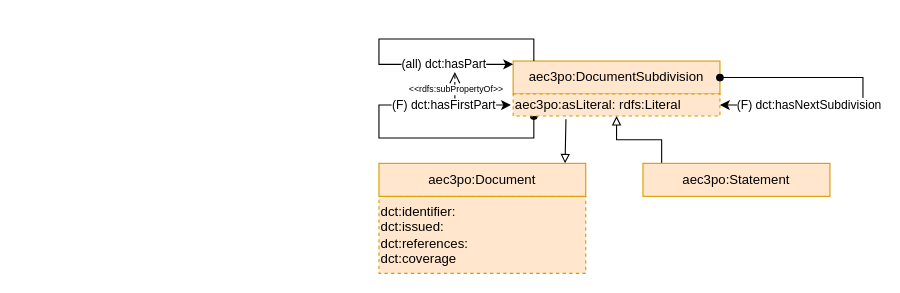
The draw.io diagram page "document" (4 of 19) of src/aec3po.drawio in Accord-Project/aec3po, before the edit. Source tidied: cells renumbered, new cells numbered last; positions are measured from the earlier drawing's top-left corner, leaving out a move shared by most shapes. Both pictures are drawn from the tidied source at 110%, with x=0, y=0 at pixel (378, 38).
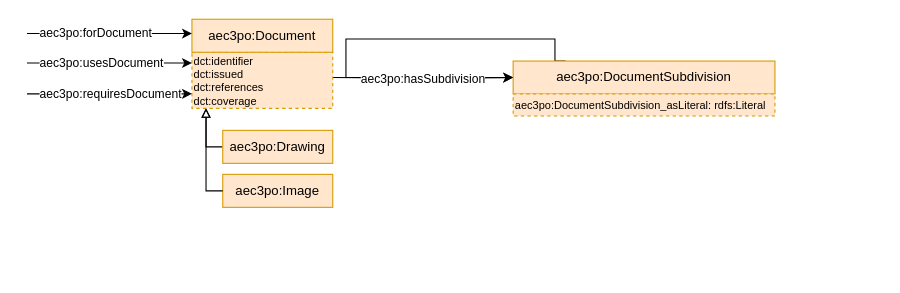
The same diagram, later.

Diff of the diagram source:
```diff
@@
+    <mxCell id="7" style="edgeStyle=orthogonalEdgeStyle;rounded=0;orthogonalLoop=1;jettySize=auto;html=1;exitX=0.2;exitY=0;exitDx=0;exitDy=0;entryX=0;entryY=0.5;entryDx=0;entryDy=0;fontFamily=Helvetica;" parent="1" edge="1" source="4" target="4">
+      <mxGeometry relative="1" as="geometry">
+        <Array as="points">
+          <mxPoint x="160" />
+          <mxPoint x="-30" />
+          <mxPoint x="-30" y="35" />
+        </Array>
+      </mxGeometry>
+    </mxCell>
-    <mxCell id="2" style="edgeStyle=orthogonalEdgeStyle;rounded=0;jettySize=auto;html=1;endArrow=block;endFill=0;exitX=0.1;exitY=0;exitDx=0;exitDy=0;" parent="1" edge="1" source="3" target="10">
-      <mxGeometry relative="1" as="geometry" />
+    <mxCell id="2" style="edgeStyle=orthogonalEdgeStyle;rounded=0;jettySize=auto;html=1;endArrow=block;endFill=0;exitX=0;exitY=0.5;exitDx=0;exitDy=0;entryX=0.1;entryY=1;entryDx=0;entryDy=0;fontFamily=Helvetica;" parent="1" edge="1" source="3" target="5">
+      <mxGeometry relative="1" as="geometry">
+        <Array as="points">
+          <mxPoint x="-157" y="98" />
+          <mxPoint x="-157" y="63" />
+        </Array>
+      </mxGeometry>
     </mxCell>
-    <mxCell id="3" value="aec3po:Statement" style="rounded=0;whiteSpace=wrap;html=1;snapToPoint=1;points=[[0.1,0],[0.2,0],[0.3,0],[0.4,0],[0.5,0],[0.6,0],[0.7,0],[0.8,0],[0.9,0],[0,0.1],[0,0.3],[0,0.5],[0,0.7],[0,0.9],[0.1,1],[0.2,1],[0.3,1],[0.4,1],[0.5,1],[0.6,1],[0.7,1],[0.8,1],[0.9,1],[1,0.1],[1,0.3],[1,0.5],[1,0.7],[1,0.9]];fillColor=#ffe6cc;strokeColor=#d79b00;" parent="1" vertex="1">
-      <mxGeometry x="240" y="113" width="170" height="30" as="geometry" />
+    <mxCell id="3" value="aec3po:Drawing" style="rounded=0;whiteSpace=wrap;html=1;snapToPoint=1;points=[[0.1,0],[0.2,0],[0.3,0],[0.4,0],[0.5,0],[0.6,0],[0.7,0],[0.8,0],[0.9,0],[0,0.1],[0,0.3],[0,0.5],[0,0.7],[0,0.9],[0.1,1],[0.2,1],[0.3,1],[0.4,1],[0.5,1],[0.6,1],[0.7,1],[0.8,1],[0.9,1],[1,0.1],[1,0.3],[1,0.5],[1,0.7],[1,0.9]];fillColor=#ffe6cc;strokeColor=#d79b00;fontFamily=Helvetica;" parent="1" vertex="1">
+      <mxGeometry x="-142" y="83" width="100" height="30" as="geometry" />
     </mxCell>
-    <mxCell id="4" value="aec3po:DocumentSubdivision" style="rounded=0;whiteSpace=wrap;html=1;snapToPoint=1;points=[[0.1,0],[0.2,0],[0.3,0],[0.4,0],[0.5,0],[0.6,0],[0.7,0],[0.8,0],[0.9,0],[0,0.1],[0,0.3],[0,0.5],[0,0.7],[0,0.9],[0.1,1],[0.2,1],[0.3,1],[0.4,1],[0.5,1],[0.6,1],[0.7,1],[0.8,1],[0.9,1],[1,0.1],[1,0.3],[1,0.5],[1,0.7],[1,0.9]];fillColor=#ffe6cc;strokeColor=#d79b00;" parent="1" vertex="1">
-      <mxGeometry x="122" y="20" width="188" height="30" as="geometry" />
+    <mxCell id="4" value="aec3po:DocumentSubdivision" style="rounded=0;whiteSpace=wrap;html=1;snapToPoint=1;points=[[0.1,0],[0.2,0],[0.3,0],[0.4,0],[0.5,0],[0.6,0],[0.7,0],[0.8,0],[0.9,0],[0,0.1],[0,0.3],[0,0.5],[0,0.7],[0,0.9],[0.1,1],[0.2,1],[0.3,1],[0.4,1],[0.5,1],[0.6,1],[0.7,1],[0.8,1],[0.9,1],[1,0.1],[1,0.3],[1,0.5],[1,0.7],[1,0.9]];fillColor=#ffe6cc;strokeColor=#d79b00;fontFamily=Helvetica;" parent="1" vertex="1">
+      <mxGeometry x="122" y="20" width="238" height="30" as="geometry" />
     </mxCell>
+    <mxCell id="15" value="aec3po:hasSubdivision" style="edgeStyle=orthogonalEdgeStyle;rounded=0;jettySize=auto;html=1;entryX=0;entryY=0.5;entryDx=0;entryDy=0;fontFamily=Helvetica;" parent="1" edge="1" target="4">
+      <mxGeometry relative="1" as="geometry">
+        <mxPoint x="-43" y="35" as="sourcePoint" />
+      </mxGeometry>
+    </mxCell>
-    <mxCell id="5" value="dct:identifier: &lt;br&gt;dct:issued: &lt;br&gt;dct:references: &lt;br&gt;dct:coverage" style="rounded=0;whiteSpace=wrap;html=1;snapToPoint=1;points=[[0.1,0],[0.2,0],[0.3,0],[0.4,0],[0.5,0],[0.6,0],[0.7,0],[0.8,0],[0.9,0],[0,0.1],[0,0.3],[0,0.5],[0,0.7],[0,0.9],[0.1,1],[0.2,1],[0.3,1],[0.4,1],[0.5,1],[0.6,1],[0.7,1],[0.8,1],[0.9,1],[1,0.1],[1,0.3],[1,0.5],[1,0.7],[1,0.9]];dashed=1;shadow=0;strokeColor=#d79b00;fillColor=#ffe6cc;align=left;" parent="1" vertex="1">
-      <mxGeometry y="143" width="188" height="70" as="geometry" />
+    <mxCell id="5" value="dct:identifier&lt;br style=&quot;font-size: 10px;&quot;&gt;dct:issued&lt;br style=&quot;font-size: 10px;&quot;&gt;dct:references&lt;br style=&quot;font-size: 10px;&quot;&gt;dct:coverage" style="rounded=0;whiteSpace=wrap;html=1;snapToPoint=1;points=[[0.1,0],[0.2,0],[0.3,0],[0.4,0],[0.5,0],[0.6,0],[0.7,0],[0.8,0],[0.9,0],[0,0.1],[0,0.3],[0,0.5],[0,0.7],[0,0.9],[0.1,1],[0.2,1],[0.3,1],[0.4,1],[0.5,1],[0.6,1],[0.7,1],[0.8,1],[0.9,1],[1,0.1],[1,0.3],[1,0.5],[1,0.7],[1,0.9]];dashed=1;shadow=0;strokeColor=#d79b00;fillColor=#ffe6cc;align=left;fontFamily=Helvetica;fontSize=10;" parent="1" vertex="1">
+      <mxGeometry x="-170" y="12" width="128" height="51" as="geometry" />
     </mxCell>
-    <mxCell id="6" value="aec3po:Document" style="rounded=0;whiteSpace=wrap;html=1;snapToPoint=1;points=[[0.1,0],[0.2,0],[0.3,0],[0.4,0],[0.5,0],[0.6,0],[0.7,0],[0.8,0],[0.9,0],[0,0.1],[0,0.3],[0,0.5],[0,0.7],[0,0.9],[0.1,1],[0.2,1],[0.3,1],[0.4,1],[0.5,1],[0.6,1],[0.7,1],[0.8,1],[0.9,1],[1,0.1],[1,0.3],[1,0.5],[1,0.7],[1,0.9]];shadow=0;strokeColor=#d79b00;fillColor=#ffe6cc;" parent="1" vertex="1">
-      <mxGeometry y="113" width="188" height="30" as="geometry" />
+    <mxCell id="6" value="aec3po:Document" style="rounded=0;whiteSpace=wrap;html=1;snapToPoint=1;points=[[0.1,0],[0.2,0],[0.3,0],[0.4,0],[0.5,0],[0.6,0],[0.7,0],[0.8,0],[0.9,0],[0,0.1],[0,0.3],[0,0.5],[0,0.7],[0,0.9],[0.1,1],[0.2,1],[0.3,1],[0.4,1],[0.5,1],[0.6,1],[0.7,1],[0.8,1],[0.9,1],[1,0.1],[1,0.3],[1,0.5],[1,0.7],[1,0.9]];shadow=0;strokeColor=#d79b00;fillColor=#ffe6cc;fontFamily=Helvetica;" parent="1" vertex="1">
+      <mxGeometry x="-170" y="-18" width="128" height="30" as="geometry" />
     </mxCell>
-    <mxCell id="7" value="(all) dct:hasPart" style="edgeStyle=orthogonalEdgeStyle;rounded=0;orthogonalLoop=1;jettySize=auto;html=1;startArrow=none;startFill=0;exitX=0.1;exitY=0;exitDx=0;exitDy=0;entryX=0;entryY=0.1;entryDx=0;entryDy=0;" parent="1" edge="1" source="4" target="4">
-      <mxGeometry x="0.59" relative="1" as="geometry">
-        <Array as="points">
-          <mxPoint x="141" />
-          <mxPoint />
-          <mxPoint y="23" />
-        </Array>
-      </mxGeometry>
-    </mxCell>
-    <mxCell id="8" value="(F) dct:hasNextSubdivision" style="edgeStyle=orthogonalEdgeStyle;rounded=0;jettySize=auto;html=1;startArrow=oval;startFill=1;exitX=1;exitY=0.5;exitDx=0;exitDy=0;entryX=1;entryY=0.5;entryDx=0;entryDy=0;" parent="1" edge="1" source="4" target="10">
-      <mxGeometry x="0.43" relative="1" as="geometry">
-        <Array as="points">
-          <mxPoint x="440" y="35" />
-          <mxPoint x="440" y="60" />
-        </Array>
-      </mxGeometry>
-    </mxCell>
-    <mxCell id="9" value="(F) dct:hasFirstPart" style="edgeStyle=orthogonalEdgeStyle;rounded=0;jettySize=auto;html=1;startArrow=oval;startFill=1;exitX=0.1;exitY=1;exitDx=0;exitDy=0;" parent="1" edge="1" source="10">
-      <mxGeometry x="0.61" relative="1" as="geometry">
-        <mxPoint x="120" y="60" as="targetPoint" />
-        <Array as="points">
-          <mxPoint x="141" y="90" />
-          <mxPoint y="90" />
-          <mxPoint y="60" />
-        </Array>
-      </mxGeometry>
-    </mxCell>
-    <mxCell id="10" value="aec3po:asLiteral: rdfs:Literal" style="rounded=0;whiteSpace=wrap;html=1;snapToPoint=1;points=[[0.1,0],[0.2,0],[0.3,0],[0.4,0],[0.5,0],[0.6,0],[0.7,0],[0.8,0],[0.9,0],[0,0.1],[0,0.3],[0,0.5],[0,0.7],[0,0.9],[0.1,1],[0.2,1],[0.3,1],[0.4,1],[0.5,1],[0.6,1],[0.7,1],[0.8,1],[0.9,1],[1,0.1],[1,0.3],[1,0.5],[1,0.7],[1,0.9]];dashed=1;shadow=0;strokeColor=#d79b00;fillColor=#ffe6cc;align=left;" parent="1" vertex="1">
-      <mxGeometry x="122" y="50" width="188" height="20" as="geometry" />
+    <mxCell id="10" value="aec3po:DocumentSubdivision_asLiteral&lt;span style=&quot;background-color: initial; font-size: 10px;&quot;&gt;: rdfs:Literal&lt;/span&gt;" style="rounded=0;whiteSpace=wrap;html=1;snapToPoint=1;points=[[0.1,0],[0.2,0],[0.3,0],[0.4,0],[0.5,0],[0.6,0],[0.7,0],[0.8,0],[0.9,0],[0,0.1],[0,0.3],[0,0.5],[0,0.7],[0,0.9],[0.1,1],[0.2,1],[0.3,1],[0.4,1],[0.5,1],[0.6,1],[0.7,1],[0.8,1],[0.9,1],[1,0.1],[1,0.3],[1,0.5],[1,0.7],[1,0.9]];dashed=1;shadow=0;strokeColor=#d79b00;fillColor=#ffe6cc;align=left;fontFamily=Helvetica;fontSize=10;" parent="1" vertex="1">
+      <mxGeometry x="122" y="50" width="238" height="20" as="geometry" />
     </mxCell>
-    <mxCell id="11" style="endArrow=open;html=1;fontColor=#000099;endFill=0;dashed=1;endSize=8;startArrow=none;startFill=0;startSize=8;arcSize=0;rounded=0;" parent="1" edge="1">
-      <mxGeometry relative="1" as="geometry">
-        <mxPoint x="69" y="54" as="sourcePoint" />
-        <mxPoint x="69" y="30" as="targetPoint" />
-      </mxGeometry>
-    </mxCell>
-    <mxCell id="12" value="&amp;lt;&amp;lt;rdfs:subPropertyOf&amp;gt;&amp;gt;" style="text;html=1;align=center;verticalAlign=middle;fontColor=#000000;labelBackgroundColor=#ffffff;fontSize=8;" parent="11" vertex="1">
-      <mxGeometry x="-0.33" relative="1" as="geometry">
-        <mxPoint y="-1" as="offset" />
-      </mxGeometry>
-    </mxCell>
-    <mxCell id="13" style="edgeStyle=orthogonalEdgeStyle;rounded=0;jettySize=auto;html=1;endArrow=block;endFill=0;exitX=0.9;exitY=0;exitDx=0;exitDy=0;" parent="1" edge="1" source="6">
-      <mxGeometry relative="1" as="geometry">
-        <mxPoint x="170" y="113" as="targetPoint" />
-      </mxGeometry>
-    </mxCell>
-    <mxCell id="14" style="rounded=0;jettySize=auto;html=1;endArrow=block;endFill=0;entryX=0.9;entryY=0;entryDx=0;entryDy=0;" parent="1" edge="1" target="6">
-      <mxGeometry relative="1" as="geometry">
-        <mxPoint x="170" y="73" as="sourcePoint" />
-      </mxGeometry>
-    </mxCell>
+    <mxCell id="16" value="aec3po:Image" style="rounded=0;whiteSpace=wrap;html=1;snapToPoint=1;points=[[0.1,0],[0.2,0],[0.3,0],[0.4,0],[0.5,0],[0.6,0],[0.7,0],[0.8,0],[0.9,0],[0,0.1],[0,0.3],[0,0.5],[0,0.7],[0,0.9],[0.1,1],[0.2,1],[0.3,1],[0.4,1],[0.5,1],[0.6,1],[0.7,1],[0.8,1],[0.9,1],[1,0.1],[1,0.3],[1,0.5],[1,0.7],[1,0.9]];fillColor=#ffe6cc;strokeColor=#d79b00;fontFamily=Helvetica;" parent="1" vertex="1">
+      <mxGeometry x="-142" y="123" width="100" height="30" as="geometry" />
+    </mxCell>
+    <mxCell id="17" style="edgeStyle=orthogonalEdgeStyle;rounded=0;jettySize=auto;html=1;endArrow=block;endFill=0;exitX=0;exitY=0.5;exitDx=0;exitDy=0;entryX=0.1;entryY=1;entryDx=0;entryDy=0;fontFamily=Helvetica;" parent="1" edge="1" source="16" target="5">
+      <mxGeometry relative="1" as="geometry">
+        <Array as="points">
+          <mxPoint x="-157" y="138" />
+          <mxPoint x="-157" y="63" />
+        </Array>
+      </mxGeometry>
+    </mxCell>
+    <mxCell id="18" value="aec3po:forDocument" style="edgeStyle=orthogonalEdgeStyle;rounded=0;orthogonalLoop=1;jettySize=auto;html=1;align=left;fontFamily=Helvetica;" parent="1" edge="1">
+      <mxGeometry x="-0.87" relative="1" as="geometry">
+        <mxPoint x="-320" y="-5" as="sourcePoint" />
+        <mxPoint x="-170" y="-5" as="targetPoint" />
+        <Array as="points">
+          <mxPoint x="-170" y="-5" />
+        </Array>
+      </mxGeometry>
+    </mxCell>
+    <mxCell id="19" value="aec3po:usesDocument" style="edgeStyle=orthogonalEdgeStyle;rounded=0;orthogonalLoop=1;jettySize=auto;html=1;align=left;fontFamily=Helvetica;" parent="1" edge="1">
+      <mxGeometry x="-0.87" relative="1" as="geometry">
+        <mxPoint x="-320" y="21.8" as="sourcePoint" />
+        <mxPoint x="-170" y="21.8" as="targetPoint" />
+        <Array as="points">
+          <mxPoint x="-170" y="21.8" />
+        </Array>
+      </mxGeometry>
+    </mxCell>
+    <mxCell id="20" value="aec3po:requiresDocument" style="edgeStyle=orthogonalEdgeStyle;rounded=0;orthogonalLoop=1;jettySize=auto;html=1;align=left;fontFamily=Helvetica;" parent="1" edge="1">
+      <mxGeometry x="-0.87" relative="1" as="geometry">
+        <mxPoint x="-320" y="49.8" as="sourcePoint" />
+        <mxPoint x="-170" y="49.8" as="targetPoint" />
+        <Array as="points">
+          <mxPoint x="-170" y="49.8" />
+        </Array>
+      </mxGeometry>
+    </mxCell>
```
